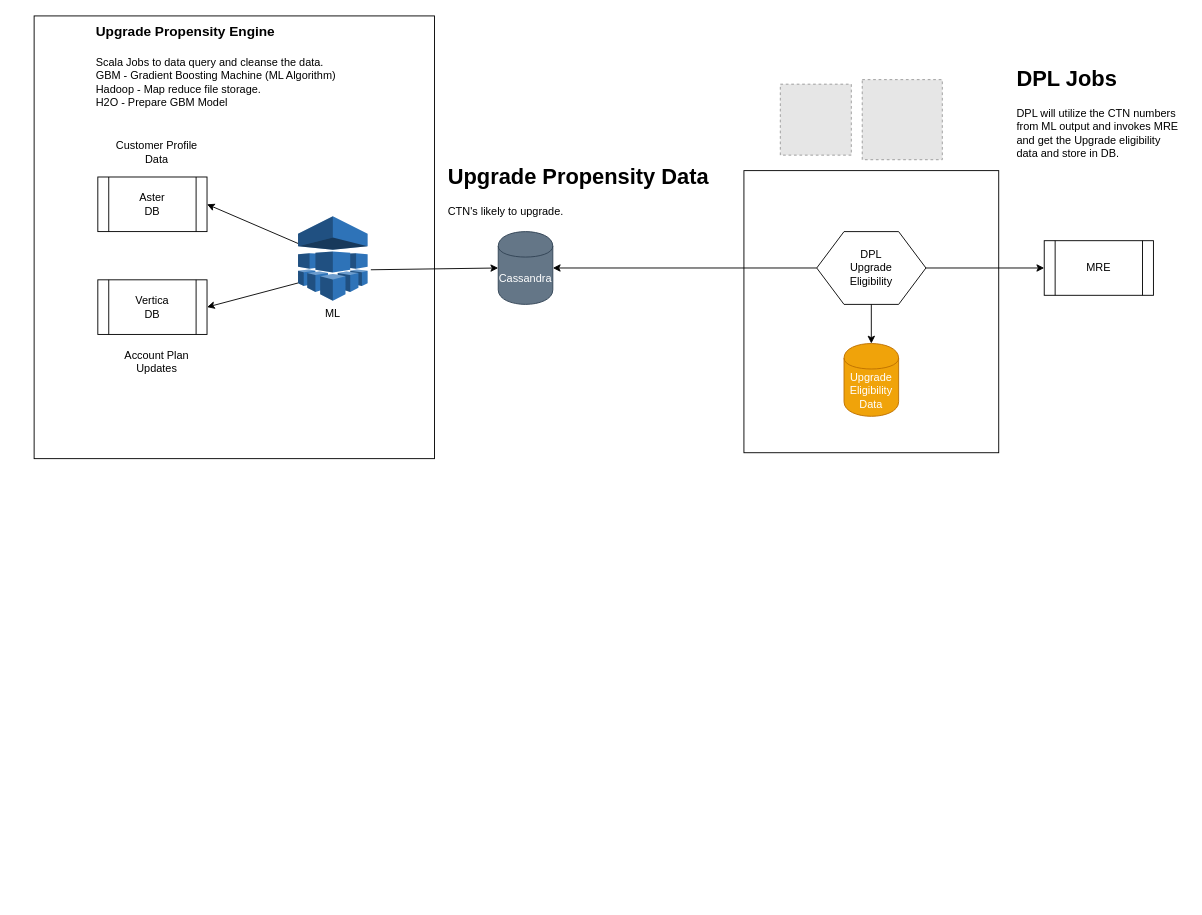
Earlier version of the draw.io diagram Untitled Diagram.drawio (sv231k/osgi-start). Source tidied: cells renumbered, new cells numbered last; positions are measured from the earlier drawing's top-left corner, leaving out a move shared by most shapes. Both pictures are drawn from the tidied source at 91%, with x=0, y=0 at pixel (15, 15). Pictures stored in the file or linked from it are replaced by grey dashed boxes.
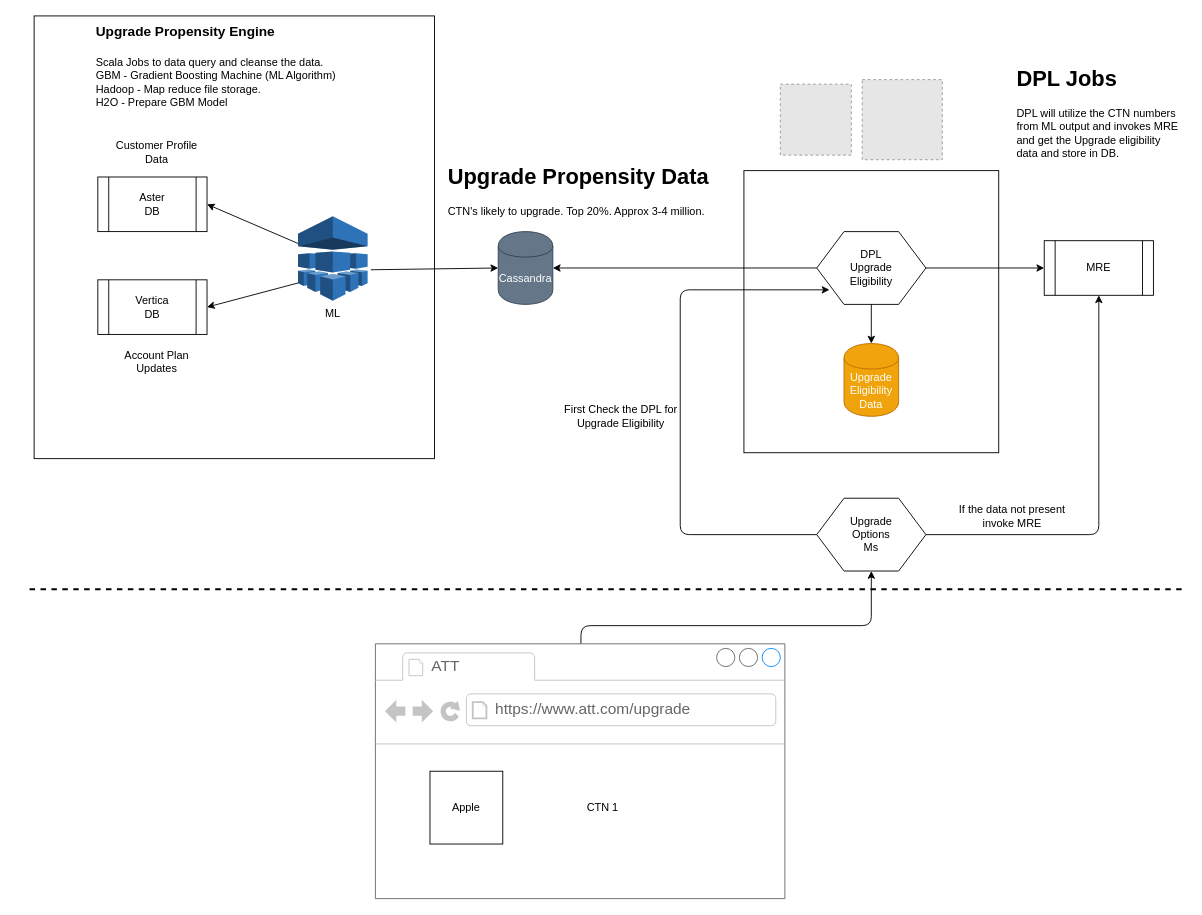
After the change.

Unchanged cells that the change refers to:
```xml
<mxCell id="17" value="DPL&lt;br&gt;Upgrade&lt;br&gt;Eligibility" style="shape=hexagon;perimeter=hexagonPerimeter2;whiteSpace=wrap;html=1;" parent="1" vertex="1">
  <mxGeometry x="880" y="237" width="120" height="80" as="geometry" />
</mxCell>
<mxCell id="18" value="MRE" style="shape=process;whiteSpace=wrap;html=1;backgroundOutline=1;" parent="1" vertex="1">
  <mxGeometry x="1130" y="247" width="120" height="60" as="geometry" />
</mxCell>
```

Change to the diagram source:
```diff
@@
-    <mxCell id="13" value="&lt;h1&gt;Upgrade Propensity Data&lt;/h1&gt;&lt;p&gt;CTN's likely to upgrade.&lt;/p&gt;" style="text;html=1;strokeColor=none;fillColor=none;spacing=5;spacingTop=-20;whiteSpace=wrap;overflow=hidden;rounded=0;" parent="1" vertex="1">
+    <mxCell id="13" value="&lt;h1&gt;Upgrade Propensity Data&lt;/h1&gt;&lt;p&gt;CTN's likely to upgrade. Top 20%. Approx 3-4 million.&lt;/p&gt;" style="text;html=1;strokeColor=none;fillColor=none;spacing=5;spacingTop=-20;whiteSpace=wrap;overflow=hidden;rounded=0;" parent="1" vertex="1">
       <mxGeometry x="470" y="157" width="300" height="80" as="geometry" />
     </mxCell>
@@
+    <mxCell id="24" value="Upgrade&lt;br&gt;Options&lt;br&gt;Ms" style="shape=hexagon;perimeter=hexagonPerimeter2;whiteSpace=wrap;html=1;" parent="1" vertex="1">
+      <mxGeometry x="880" y="530" width="120" height="80" as="geometry" />
+    </mxCell>
+    <mxCell id="25" style="endArrow=classic;html=1;entryX=0.5;entryY=1;entryDx=0;entryDy=0;exitX=0.502;exitY=0.004;exitDx=0;exitDy=0;exitPerimeter=0;" parent="1" edge="1" source="27" target="24">
+      <mxGeometry relative="1" as="geometry">
+        <Array as="points">
+          <mxPoint x="621" y="670" />
+          <mxPoint x="940" y="670" />
+        </Array>
+      </mxGeometry>
+    </mxCell>
+    <mxCell id="26" style="endArrow=none;dashed=1;html=1;strokeWidth=2;" parent="1" edge="1">
+      <mxGeometry relative="1" as="geometry">
+        <mxPoint x="15" y="630" as="sourcePoint" />
+        <mxPoint x="1285" y="630" as="targetPoint" />
+      </mxGeometry>
+    </mxCell>
+    <mxCell id="27" style="strokeWidth=1;shadow=0;dashed=0;align=center;html=1;shape=mxgraph.mockup.containers.browserWindow;rSize=0;strokeColor=#666666;strokeColor2=#008cff;strokeColor3=#c4c4c4;mainText=,;" parent="1" vertex="1">
+      <mxGeometry x="395" y="690" width="450" height="280" as="geometry" />
+    </mxCell>
+    <mxCell id="28" value="ATT" style="strokeWidth=1;shadow=0;dashed=0;align=center;html=1;shape=mxgraph.mockup.containers.anchor;fontSize=17;fontColor=#666666;align=left;" parent="27" vertex="1">
+      <mxGeometry x="60" y="12" width="110" height="26" as="geometry" />
+    </mxCell>
+    <mxCell id="29" value="https://www.att.com/upgrade" style="strokeWidth=1;shadow=0;dashed=0;align=center;html=1;shape=mxgraph.mockup.containers.anchor;rSize=0;fontSize=17;fontColor=#666666;align=left;" parent="27" vertex="1">
+      <mxGeometry x="130" y="60" width="250" height="26" as="geometry" />
+    </mxCell>
+    <mxCell id="30" value="Apple" style="whiteSpace=wrap;html=1;" parent="27" vertex="1">
+      <mxGeometry x="60" y="140" width="80" height="80" as="geometry" />
+    </mxCell>
+    <mxCell id="31" value="CTN 1&lt;br&gt;" style="text;html=1;strokeColor=none;fillColor=none;align=center;verticalAlign=middle;whiteSpace=wrap;rounded=0;" parent="27" vertex="1">
+      <mxGeometry x="170" y="150" width="160" height="60" as="geometry" />
+    </mxCell>
+    <mxCell id="32" style="endArrow=classic;html=1;strokeWidth=1;exitX=0;exitY=0.5;exitDx=0;exitDy=0;entryX=0.117;entryY=0.8;entryDx=0;entryDy=0;entryPerimeter=0;" parent="1" edge="1" source="24" target="17">
+      <mxGeometry relative="1" as="geometry">
+        <Array as="points">
+          <mxPoint x="730" y="570" />
+          <mxPoint x="730" y="301" />
+        </Array>
+      </mxGeometry>
+    </mxCell>
+    <mxCell id="33" value="First Check the DPL for Upgrade Eligibility" style="text;html=1;strokeColor=none;fillColor=none;align=center;verticalAlign=middle;whiteSpace=wrap;rounded=0;" parent="1" vertex="1">
+      <mxGeometry x="590" y="420" width="150" height="40" as="geometry" />
+    </mxCell>
+    <mxCell id="34" style="endArrow=classic;html=1;strokeWidth=1;exitX=1;exitY=0.5;exitDx=0;exitDy=0;entryX=0.5;entryY=1;entryDx=0;entryDy=0;" parent="1" edge="1" source="24" target="18">
+      <mxGeometry relative="1" as="geometry">
+        <Array as="points">
+          <mxPoint x="1190" y="570" />
+        </Array>
+      </mxGeometry>
+    </mxCell>
+    <mxCell id="35" value="If the data not present invoke MRE" style="text;html=1;strokeColor=none;fillColor=none;align=center;verticalAlign=middle;whiteSpace=wrap;rounded=0;" parent="1" vertex="1">
+      <mxGeometry x="1030" y="540" width="130" height="20" as="geometry" />
+    </mxCell>
```
